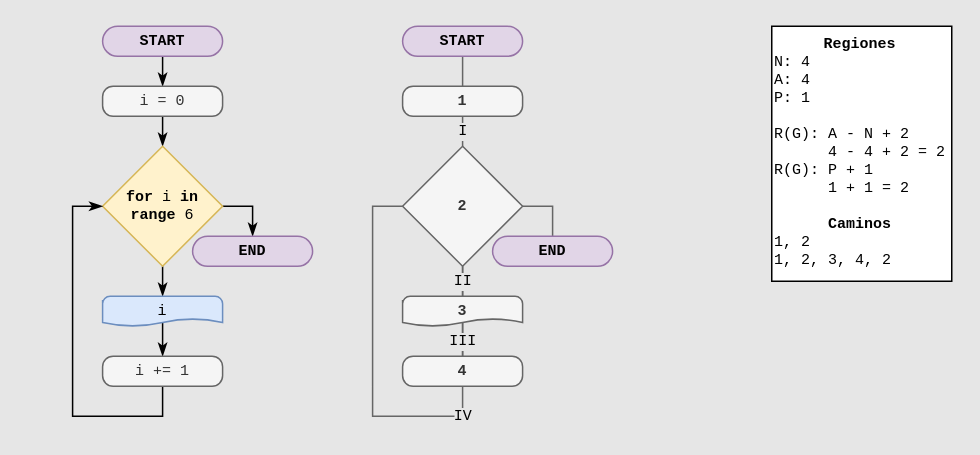
Earlier version of the draw.io diagram diagramas/ejercicio03.drawio (Agustina-Bover/Tp8). Source tidied: cells renumbered, new cells numbered last; positions are measured from the earlier drawing's top-left corner, leaving out a move shared by most shapes. Both pictures are drawn from the tidied source at 150%, with x=0, y=0 at pixel (102, 26).
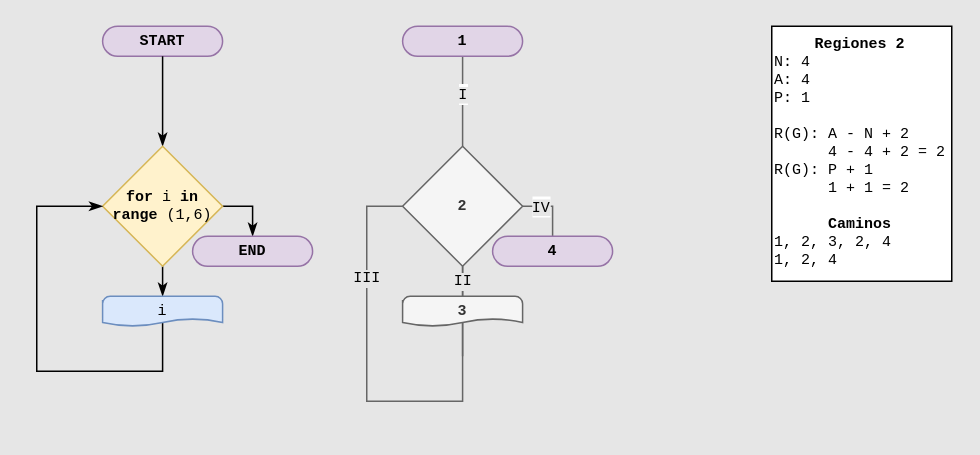
The same page after the edit.

The change refers to these unchanged cells:
```xml
<mxCell id="3" value="START" style="rounded=1;whiteSpace=wrap;html=1;fontFamily=Courier New;fontSize=10;strokeWidth=1;arcSize=50;fontStyle=1;fillColor=#e1d5e7;strokeColor=#9673a6;labelBorderColor=none;" parent="1" vertex="1">
  <mxGeometry x="-0.1" width="80" height="20" as="geometry" />
</mxCell>
<mxCell id="10" value="i" style="strokeWidth=1;html=1;shape=mxgraph.flowchart.document2;whiteSpace=wrap;size=0.25;fontFamily=Courier New;fontSize=10;fillColor=#dae8fc;strokeColor=#6c8ebf;labelBorderColor=none;" parent="1" vertex="1">
  <mxGeometry x="-0.1" y="180" width="80" height="20" as="geometry" />
</mxCell>
<mxCell id="19" style="edgeStyle=orthogonalEdgeStyle;rounded=0;jettySize=auto;html=1;exitX=1;exitY=0.5;exitDx=0;exitDy=0;exitPerimeter=0;entryX=0.5;entryY=0;entryDx=0;entryDy=0;fontFamily=Courier New;fontSize=10;endArrow=none;endFill=0;fillColor=#f5f5f5;strokeColor=#666666;labelBackgroundColor=#E6E6E6;" parent="1" edge="1" source="21" target="26">
  <mxGeometry relative="1" as="geometry" />
</mxCell>
<mxCell id="21" value="2" style="strokeWidth=1;html=1;shape=mxgraph.flowchart.decision;whiteSpace=wrap;fontFamily=Courier New;fontSize=10;fillColor=#f5f5f5;strokeColor=#666666;fontStyle=1;fontColor=#333333;labelBorderColor=none;" parent="1" vertex="1">
  <mxGeometry x="199.9" y="80" width="80" height="80" as="geometry" />
</mxCell>
<mxCell id="23" value="3" style="strokeWidth=1;html=1;shape=mxgraph.flowchart.document2;whiteSpace=wrap;size=0.25;fontFamily=Courier New;fontSize=10;fillColor=#f5f5f5;strokeColor=#666666;fontStyle=1;fontColor=#333333;labelBorderColor=none;" parent="1" vertex="1">
  <mxGeometry x="199.9" y="180" width="80" height="20" as="geometry" />
</mxCell>
```

Change to the diagram source:
```diff
@@
-    <mxCell id="2" style="edgeStyle=orthogonalEdgeStyle;rounded=0;jettySize=auto;html=1;exitX=0.5;exitY=1;exitDx=0;exitDy=0;entryX=0.5;entryY=0;entryDx=0;entryDy=0;fontFamily=Courier New;fontSize=10;endArrow=classicThin;endFill=1;" parent="1" edge="1" source="3" target="5">
-      <mxGeometry relative="1" as="geometry" />
-    </mxCell>
@@
-    <mxCell id="4" style="edgeStyle=orthogonalEdgeStyle;rounded=0;jettySize=auto;html=1;exitX=0.5;exitY=1;exitDx=0;exitDy=0;entryX=0.5;entryY=0;entryDx=0;entryDy=0;entryPerimeter=0;fontFamily=Courier New;fontSize=10;endArrow=classicThin;endFill=1;" parent="1" edge="1" source="5" target="8">
+    <mxCell id="4" style="edgeStyle=orthogonalEdgeStyle;rounded=0;jettySize=auto;html=1;exitX=0.5;exitY=1;exitDx=0;exitDy=0;entryX=0.5;entryY=0;entryDx=0;entryDy=0;entryPerimeter=0;fontFamily=Courier New;fontSize=10;endArrow=classicThin;endFill=1;" parent="1" edge="1" source="3" target="8">
       <mxGeometry relative="1" as="geometry" />
     </mxCell>
-    <mxCell id="5" value="i = 0" style="rounded=1;whiteSpace=wrap;html=1;absoluteArcSize=1;arcSize=14;strokeWidth=1;fontFamily=Courier New;fontSize=10;fillColor=#f5f5f5;fontColor=#333333;strokeColor=#666666;labelBorderColor=none;" parent="1" vertex="1">
-      <mxGeometry x="-0.1" y="40" width="80" height="20" as="geometry" />
-    </mxCell>
@@
-    <mxCell id="8" value="&lt;b&gt;for&lt;/b&gt; i &lt;b&gt;in&lt;/b&gt; &lt;b&gt;range&lt;/b&gt; 6" style="strokeWidth=1;html=1;shape=mxgraph.flowchart.decision;whiteSpace=wrap;fontFamily=Courier New;fontSize=10;fillColor=#fff2cc;strokeColor=#d6b656;labelBorderColor=none;" parent="1" vertex="1">
+    <mxCell id="8" value="&lt;b&gt;for&lt;/b&gt; i &lt;b&gt;in&lt;/b&gt; &lt;b&gt;range&lt;/b&gt;&amp;nbsp;(1,6)" style="strokeWidth=1;html=1;shape=mxgraph.flowchart.decision;whiteSpace=wrap;fontFamily=Courier New;fontSize=10;fillColor=#fff2cc;strokeColor=#d6b656;labelBorderColor=none;" parent="1" vertex="1">
       <mxGeometry x="-0.1" y="80" width="80" height="80" as="geometry" />
     </mxCell>
-    <mxCell id="9" style="edgeStyle=orthogonalEdgeStyle;rounded=0;jettySize=auto;html=1;exitX=0.5;exitY=0;exitDx=0;exitDy=0;exitPerimeter=0;entryX=0.5;entryY=0;entryDx=0;entryDy=0;fontFamily=Courier New;fontSize=10;endArrow=classicThin;endFill=1;" parent="1" edge="1" source="10" target="12">
+    <mxCell id="9" style="edgeStyle=orthogonalEdgeStyle;rounded=0;jettySize=auto;html=1;exitX=0.5;exitY=0;exitDx=0;exitDy=0;exitPerimeter=0;entryX=0;entryY=0.5;entryDx=0;entryDy=0;fontFamily=Courier New;fontSize=10;endArrow=classicThin;endFill=1;entryPerimeter=0;" parent="1" edge="1" source="10" target="8">
       <mxGeometry relative="1" as="geometry">
         <Array as="points">
-          <mxPoint x="39.9" y="200" />
-          <mxPoint x="39.9" y="200" />
+          <mxPoint x="40" y="230" />
+          <mxPoint x="-44" y="230" />
+          <mxPoint x="-44" y="120" />
         </Array>
       </mxGeometry>
     </mxCell>
@@
-    <mxCell id="11" style="edgeStyle=orthogonalEdgeStyle;rounded=0;jettySize=auto;html=1;exitX=0.5;exitY=1;exitDx=0;exitDy=0;entryX=0;entryY=0.5;entryDx=0;entryDy=0;entryPerimeter=0;fontFamily=Courier New;fontSize=10;endArrow=classicThin;endFill=1;" parent="1" edge="1" source="12" target="8">
-      <mxGeometry relative="1" as="geometry" />
-    </mxCell>
-    <mxCell id="12" value="i += 1" style="rounded=1;whiteSpace=wrap;html=1;absoluteArcSize=1;arcSize=14;strokeWidth=1;fontFamily=Courier New;fontSize=10;fillColor=#f5f5f5;fontColor=#333333;strokeColor=#666666;labelBorderColor=none;" parent="1" vertex="1">
-      <mxGeometry x="-0.1" y="220" width="80" height="20" as="geometry" />
-    </mxCell>
@@
-    <mxCell id="14" style="edgeStyle=orthogonalEdgeStyle;rounded=0;jettySize=auto;html=1;exitX=0.5;exitY=1;exitDx=0;exitDy=0;entryX=0.5;entryY=0;entryDx=0;entryDy=0;fontFamily=Courier New;fontSize=10;endArrow=none;endFill=0;fillColor=#f5f5f5;strokeColor=#666666;labelBackgroundColor=#E6E6E6;" parent="1" edge="1" source="15" target="17">
+    <mxCell id="14" style="edgeStyle=orthogonalEdgeStyle;rounded=0;jettySize=auto;html=1;exitX=0.5;exitY=1;exitDx=0;exitDy=0;entryX=0.5;entryY=0;entryDx=0;entryDy=0;fontFamily=Courier New;fontSize=10;endArrow=none;endFill=0;fillColor=#f5f5f5;strokeColor=#666666;labelBackgroundColor=#E6E6E6;entryPerimeter=0;" parent="1" edge="1" source="15" target="21">
       <mxGeometry relative="1" as="geometry" />
     </mxCell>
+    <mxCell id="16" value="&lt;span style=&quot;font-family: &amp;quot;Courier New&amp;quot;; font-size: 10px; background-color: rgb(230, 230, 230);&quot;&gt;I&lt;/span&gt;" style="edgeLabel;html=1;align=center;verticalAlign=middle;" parent="14" vertex="1">
+      <mxGeometry x="-0.19" y="1" relative="1" as="geometry">
+        <mxPoint x="-1" as="offset" />
+      </mxGeometry>
+    </mxCell>
-    <mxCell id="15" value="START" style="rounded=1;whiteSpace=wrap;html=1;fontFamily=Courier New;fontSize=10;strokeWidth=1;arcSize=50;fontStyle=1;fillColor=#e1d5e7;strokeColor=#9673a6;labelBorderColor=none;" parent="1" vertex="1">
+    <mxCell id="15" value="1" style="rounded=1;whiteSpace=wrap;html=1;fontFamily=Courier New;fontSize=10;strokeWidth=1;arcSize=50;fontStyle=1;fillColor=#e1d5e7;strokeColor=#9673a6;labelBorderColor=none;" parent="1" vertex="1">
       <mxGeometry x="199.9" width="80" height="20" as="geometry" />
     </mxCell>
-    <mxCell id="16" value="I" style="edgeStyle=orthogonalEdgeStyle;rounded=0;jettySize=auto;html=1;exitX=0.5;exitY=1;exitDx=0;exitDy=0;entryX=0.5;entryY=0;entryDx=0;entryDy=0;entryPerimeter=0;fontFamily=Courier New;fontSize=10;endArrow=none;endFill=0;fillColor=#f5f5f5;strokeColor=#666666;labelBackgroundColor=#E6E6E6;" parent="1" edge="1" source="17" target="21">
-      <mxGeometry relative="1" as="geometry" />
-    </mxCell>
-    <mxCell id="17" value="1" style="rounded=1;whiteSpace=wrap;html=1;absoluteArcSize=1;arcSize=14;strokeWidth=1;fontFamily=Courier New;fontSize=10;fillColor=#f5f5f5;fontColor=#333333;strokeColor=#666666;fontStyle=1;labelBorderColor=none;" parent="1" vertex="1">
-      <mxGeometry x="199.9" y="40" width="80" height="20" as="geometry" />
-    </mxCell>
@@
+    <mxCell id="24" value="&lt;span style=&quot;font-family: &amp;quot;Courier New&amp;quot;; font-size: 10px; background-color: rgb(230, 230, 230);&quot;&gt;IV&lt;/span&gt;" style="edgeLabel;html=1;align=center;verticalAlign=middle;" parent="19" vertex="1">
+      <mxGeometry x="-0.41" y="1" relative="1" as="geometry" />
+    </mxCell>
-    <mxCell id="20" value="II" style="edgeStyle=orthogonalEdgeStyle;rounded=0;jettySize=auto;html=1;fontFamily=Courier New;fontSize=10;endArrow=none;endFill=0;fillColor=#f5f5f5;strokeColor=#666666;labelBackgroundColor=#E6E6E6;" parent="1" edge="1" source="21" target="25">
-      <mxGeometry x="-0.67" relative="1" as="geometry" />
+    <mxCell id="20" value="II" style="edgeStyle=orthogonalEdgeStyle;rounded=0;jettySize=auto;html=1;fontFamily=Courier New;fontSize=10;endArrow=none;endFill=0;fillColor=#f5f5f5;strokeColor=#666666;labelBackgroundColor=#E6E6E6;" parent="1" edge="1" source="21">
+      <mxGeometry x="-0.67" relative="1" as="geometry">
+        <mxPoint x="239.9" y="220" as="targetPoint" />
+      </mxGeometry>
     </mxCell>
@@
-    <mxCell id="22" value="III" style="edgeStyle=orthogonalEdgeStyle;rounded=0;jettySize=auto;html=1;exitX=0.5;exitY=0;exitDx=0;exitDy=0;exitPerimeter=0;entryX=0.5;entryY=0;entryDx=0;entryDy=0;fontFamily=Courier New;fontSize=10;endArrow=none;endFill=0;fillColor=#f5f5f5;strokeColor=#666666;labelBackgroundColor=#E6E6E6;" parent="1" edge="1" source="23" target="25">
+    <mxCell id="22" value="III" style="edgeStyle=orthogonalEdgeStyle;rounded=0;jettySize=auto;html=1;exitX=0.5;exitY=0;exitDx=0;exitDy=0;exitPerimeter=0;entryX=0;entryY=0.5;entryDx=0;entryDy=0;fontFamily=Courier New;fontSize=10;endArrow=none;endFill=0;fillColor=#f5f5f5;strokeColor=#666666;labelBackgroundColor=#E6E6E6;entryPerimeter=0;" parent="1" edge="1" source="23" target="21">
       <mxGeometry x="0.5" relative="1" as="geometry">
         <Array as="points">
-          <mxPoint x="239.9" y="200" />
-          <mxPoint x="239.9" y="200" />
+          <mxPoint x="240" y="250" />
+          <mxPoint x="176" y="250" />
+          <mxPoint x="176" y="120" />
         </Array>
       </mxGeometry>
     </mxCell>
@@
-    <mxCell id="24" value="IV" style="edgeStyle=orthogonalEdgeStyle;rounded=0;jettySize=auto;html=1;exitX=0.5;exitY=1;exitDx=0;exitDy=0;entryX=0;entryY=0.5;entryDx=0;entryDy=0;entryPerimeter=0;fontFamily=Courier New;fontSize=10;endArrow=none;endFill=0;fillColor=#f5f5f5;strokeColor=#666666;labelBackgroundColor=#E6E6E6;" parent="1" edge="1" source="25" target="21">
-      <mxGeometry x="-0.83" relative="1" as="geometry" />
-    </mxCell>
-    <mxCell id="25" value="4" style="rounded=1;whiteSpace=wrap;html=1;absoluteArcSize=1;arcSize=14;strokeWidth=1;fontFamily=Courier New;fontSize=10;fillColor=#f5f5f5;fontColor=#333333;strokeColor=#666666;fontStyle=1;labelBorderColor=none;" parent="1" vertex="1">
-      <mxGeometry x="199.9" y="220" width="80" height="20" as="geometry" />
-    </mxCell>
-    <mxCell id="26" value="END" style="rounded=1;whiteSpace=wrap;html=1;fontFamily=Courier New;fontSize=10;strokeWidth=1;arcSize=50;fontStyle=1;fillColor=#e1d5e7;strokeColor=#9673a6;labelBorderColor=none;" parent="1" vertex="1">
+    <mxCell id="26" value="4" style="rounded=1;whiteSpace=wrap;html=1;fontFamily=Courier New;fontSize=10;strokeWidth=1;arcSize=50;fontStyle=1;fillColor=#e1d5e7;strokeColor=#9673a6;labelBorderColor=none;" parent="1" vertex="1">
       <mxGeometry x="259.9" y="140" width="80" height="20" as="geometry" />
     </mxCell>
-    <mxCell id="27" value="&lt;div style=&quot;text-align: center;&quot;&gt;&lt;span style=&quot;background-color: initial;&quot;&gt;&lt;b&gt;Regiones&lt;/b&gt;&lt;/span&gt;&lt;/div&gt;N: 4&lt;br&gt;A: 4&lt;br&gt;P: 1&lt;br&gt;&lt;br&gt;R(G): A - N + 2&lt;br&gt;&amp;nbsp; &amp;nbsp; &amp;nbsp; 4 - 4 + 2 = 2&lt;br&gt;R(G): P + 1&lt;br&gt;&amp;nbsp; &amp;nbsp; &amp;nbsp; 1 + 1 = 2&lt;br&gt;&lt;br&gt;&lt;div style=&quot;text-align: center;&quot;&gt;&lt;b style=&quot;background-color: initial;&quot;&gt;Caminos&lt;/b&gt;&lt;/div&gt;1, 2&lt;br&gt;1, 2, 3, 4, 2" style="rounded=0;whiteSpace=wrap;html=1;labelBackgroundColor=none;labelBorderColor=none;fontFamily=Courier New;fontSize=10;strokeWidth=1;align=left;verticalAlign=top;" parent="1" vertex="1">
+    <mxCell id="27" value="&lt;div style=&quot;text-align: center;&quot;&gt;&lt;span style=&quot;background-color: initial;&quot;&gt;&lt;b&gt;Regiones 2&lt;/b&gt;&lt;/span&gt;&lt;/div&gt;N: 4&lt;br&gt;A: 4&lt;br&gt;P: 1&lt;br&gt;&lt;br&gt;R(G): A - N + 2&lt;br&gt;&amp;nbsp; &amp;nbsp; &amp;nbsp; 4 - 4 + 2 = 2&lt;br&gt;R(G): P + 1&lt;br&gt;&amp;nbsp; &amp;nbsp; &amp;nbsp; 1 + 1 = 2&lt;br&gt;&lt;br&gt;&lt;div style=&quot;text-align: center;&quot;&gt;&lt;b style=&quot;background-color: initial;&quot;&gt;Caminos&lt;/b&gt;&lt;/div&gt;1, 2, 3, 2, 4&lt;br&gt;1, 2, 4" style="rounded=0;whiteSpace=wrap;html=1;labelBackgroundColor=none;labelBorderColor=none;fontFamily=Courier New;fontSize=10;strokeWidth=1;align=left;verticalAlign=top;" parent="1" vertex="1">
       <mxGeometry x="446" width="120" height="170" as="geometry" />
     </mxCell>
```
